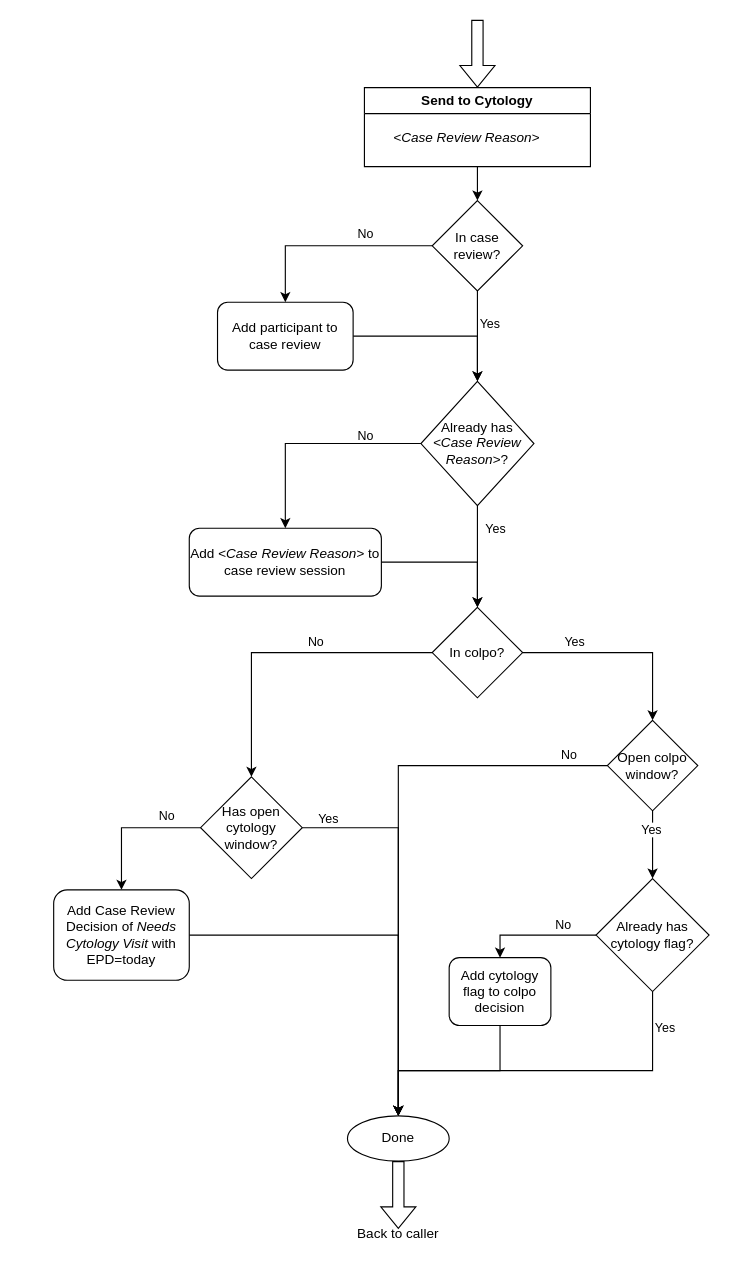
This is Send to cytology.drawio from stealthv/aurora-algorithms, a draw.io file, before an edit. Source tidied: cells renumbered, new cells numbered last; positions are measured from the earlier drawing's top-left corner, leaving out a move shared by most shapes. Both pictures are drawn from the tidied source at 113%, with x=0, y=0 at pixel (53, 19).
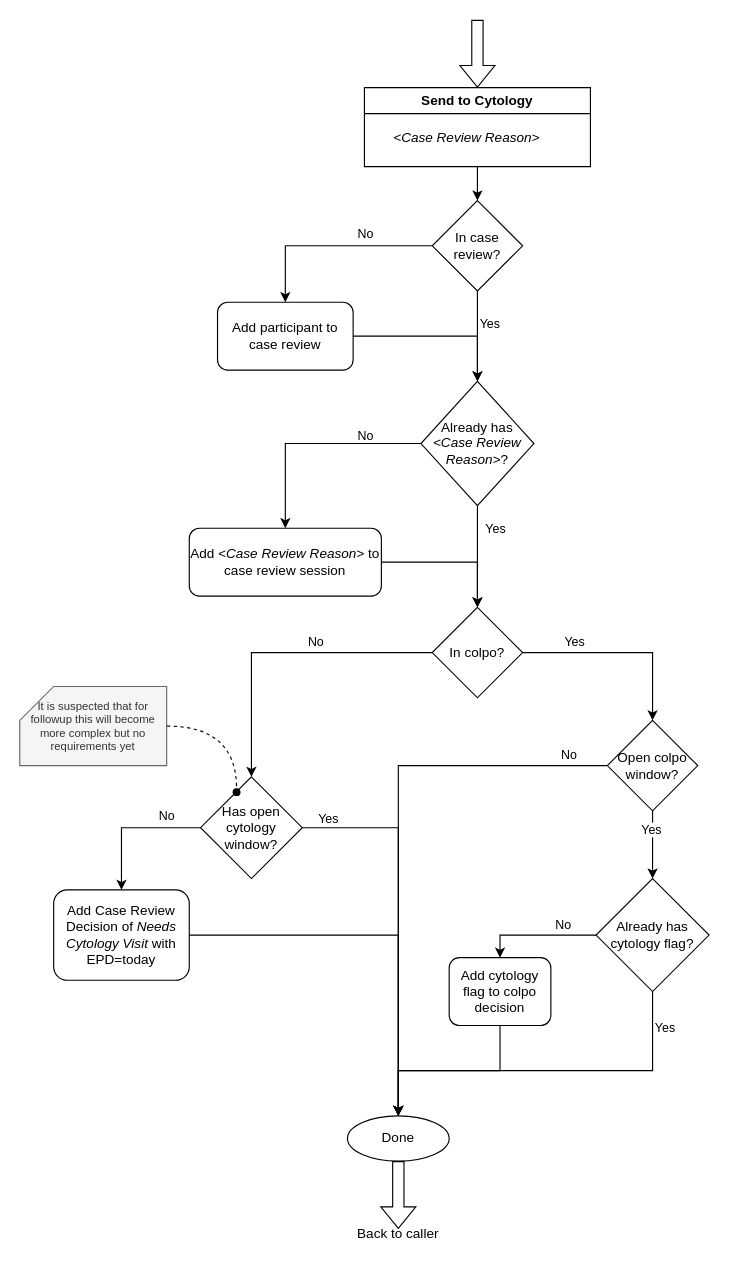
Above is the later version.

Unchanged cells that the change refers to:
```xml
<mxCell id="46" value="Has open cytology window?" style="rhombus;whiteSpace=wrap;html=1;" parent="1" vertex="1">
  <mxGeometry x="130" y="670" width="90" height="90" as="geometry" />
</mxCell>
```

The edit, as a diff of the source:
```diff
@@
+    <mxCell id="47" value="It is suspected that for followup this will become more complex but no requirements yet" style="shape=card;whiteSpace=wrap;html=1;fontSize=10;fillColor=#f5f5f5;fontColor=#333333;strokeColor=#666666;" parent="1" vertex="1">
+      <mxGeometry x="-30" y="590" width="130" height="70" as="geometry" />
+    </mxCell>
+    <mxCell id="48" style="curved=1;endArrow=oval;html=1;rounded=0;edgeStyle=orthogonalEdgeStyle;entryX=0.354;entryY=0.15;entryDx=0;entryDy=0;dashed=1;endFill=1;entryPerimeter=0;" parent="1" edge="1" source="47" target="46">
+      <mxGeometry relative="1" as="geometry" />
+    </mxCell>
```
